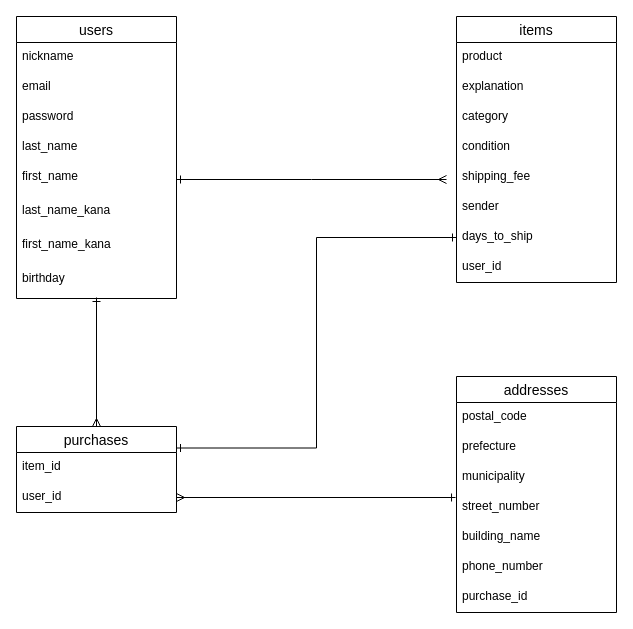
This is .dio from Yoshimi0824/furima_31718, a draw.io file, before an edit. Source tidied: cells renumbered, new cells numbered last; positions are measured from the earlier drawing's top-left corner, leaving out a move shared by most shapes. Both pictures are drawn from the tidied source at 100%, with x=0, y=0 at pixel (16, 16).
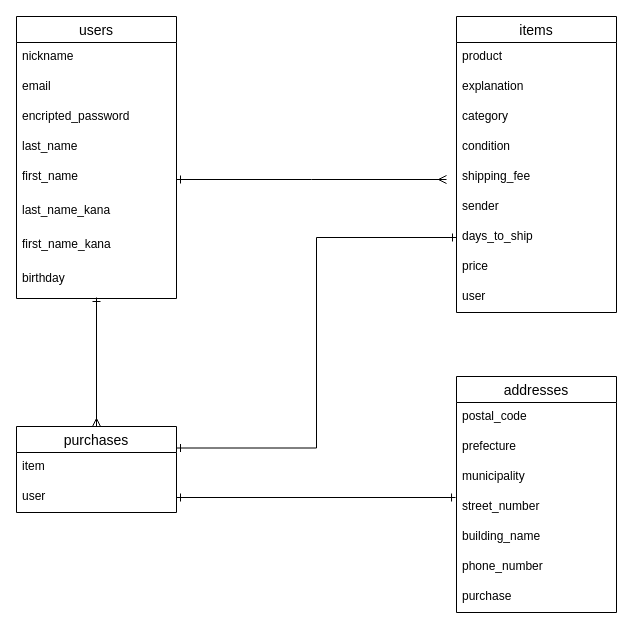
After the change.

Commit message (it also covers changes not shown here):
レビュー後修正

Unchanged cells that the change refers to:
```xml
<mxCell id="2" value="users" style="swimlane;fontStyle=0;horizontal=1;startSize=26;align=center;fontSize=14;" parent="1" vertex="1">
  <mxGeometry width="160" height="282" as="geometry" />
</mxCell>
<mxCell id="23" value="purchases" style="swimlane;fontStyle=0;horizontal=1;startSize=26;align=center;fontSize=14;" parent="1" vertex="1">
  <mxGeometry y="410" width="160" height="86" as="geometry" />
</mxCell>
<mxCell id="26" value="addresses" style="swimlane;fontStyle=0;horizontal=1;startSize=26;align=center;fontSize=14;" parent="1" vertex="1">
  <mxGeometry x="440" y="360" width="160" height="236" as="geometry" />
</mxCell>
<mxCell id="30" value="street_number" style="text;strokeColor=none;fillColor=none;spacingLeft=4;spacingRight=4;overflow=hidden;points=[[0,0.5],[1,0.5]];portConstraint=eastwest;fontSize=12;" parent="26" vertex="1">
  <mxGeometry y="116" width="160" height="30" as="geometry" />
</mxCell>
```

Change to the diagram source:
```diff
@@
-    <mxCell id="5" value="password" style="text;strokeColor=none;fillColor=none;spacingLeft=4;spacingRight=4;overflow=hidden;fontSize=12;" parent="2" vertex="1">
+    <mxCell id="5" value="encripted_password" style="text;strokeColor=none;fillColor=none;spacingLeft=4;spacingRight=4;overflow=hidden;fontSize=12;" parent="2" vertex="1">
       <mxGeometry y="86" width="160" height="30" as="geometry" />
     </mxCell>
@@
     <mxCell id="11" value="items" style="swimlane;fontStyle=0;horizontal=1;startSize=26;align=center;fontSize=14;" parent="1" vertex="1">
-      <mxGeometry x="440" width="160" height="266" as="geometry" />
+      <mxGeometry x="440" width="160" height="296" as="geometry" />
     </mxCell>
@@
-    <mxCell id="19" value="user_id" style="text;strokeColor=none;fillColor=none;spacingLeft=4;spacingRight=4;overflow=hidden;fontSize=12;" parent="11" vertex="1">
+    <mxCell id="19" value="price" style="text;strokeColor=none;fillColor=none;spacingLeft=4;spacingRight=4;overflow=hidden;fontSize=12;" parent="11" vertex="1">
       <mxGeometry y="236" width="160" height="30" as="geometry" />
     </mxCell>
+    <mxCell id="35" value="user" style="text;strokeColor=none;fillColor=none;spacingLeft=4;spacingRight=4;overflow=hidden;fontSize=12;" parent="11" vertex="1">
+      <mxGeometry y="266" width="160" height="30" as="geometry" />
+    </mxCell>
@@
-    <mxCell id="24" value="item_id" style="text;strokeColor=none;fillColor=none;spacingLeft=4;spacingRight=4;overflow=hidden;fontSize=12;" parent="23" vertex="1">
+    <mxCell id="24" value="item" style="text;strokeColor=none;fillColor=none;spacingLeft=4;spacingRight=4;overflow=hidden;fontSize=12;" parent="23" vertex="1">
       <mxGeometry y="26" width="160" height="30" as="geometry" />
     </mxCell>
-    <mxCell id="25" value="user_id" style="text;strokeColor=none;fillColor=none;spacingLeft=4;spacingRight=4;overflow=hidden;points=[[0,0.5],[1,0.5]];portConstraint=eastwest;fontSize=12;" parent="23" vertex="1">
+    <mxCell id="25" value="user" style="text;strokeColor=none;fillColor=none;spacingLeft=4;spacingRight=4;overflow=hidden;points=[[0,0.5],[1,0.5]];portConstraint=eastwest;fontSize=12;" parent="23" vertex="1">
       <mxGeometry y="56" width="160" height="30" as="geometry" />
     </mxCell>
@@
-    <mxCell id="33" value="purchase_id" style="text;strokeColor=none;fillColor=none;spacingLeft=4;spacingRight=4;overflow=hidden;fontSize=12;" parent="26" vertex="1">
+    <mxCell id="33" value="purchase" style="text;strokeColor=none;fillColor=none;spacingLeft=4;spacingRight=4;overflow=hidden;fontSize=12;" parent="26" vertex="1">
       <mxGeometry y="206" width="160" height="30" as="geometry" />
     </mxCell>
-    <mxCell id="34" style="edgeStyle=orthogonalEdgeStyle;rounded=0;jettySize=auto;html=1;exitX=1;exitY=0.5;exitDx=0;exitDy=0;entryX=-0.006;entryY=0.167;entryDx=0;entryDy=0;entryPerimeter=0;startArrow=ERmany;startFill=0;endArrow=ERone;endFill=0;targetPerimeterSpacing=0;" parent="1" edge="1" source="25" target="30">
+    <mxCell id="34" style="edgeStyle=orthogonalEdgeStyle;rounded=0;jettySize=auto;html=1;exitX=1;exitY=0.5;exitDx=0;exitDy=0;entryX=-0.006;entryY=0.167;entryDx=0;entryDy=0;entryPerimeter=0;startArrow=ERone;startFill=0;endArrow=ERone;endFill=0;targetPerimeterSpacing=0;" parent="1" edge="1" source="25" target="30">
       <mxGeometry relative="1" as="geometry" />
     </mxCell>
```
